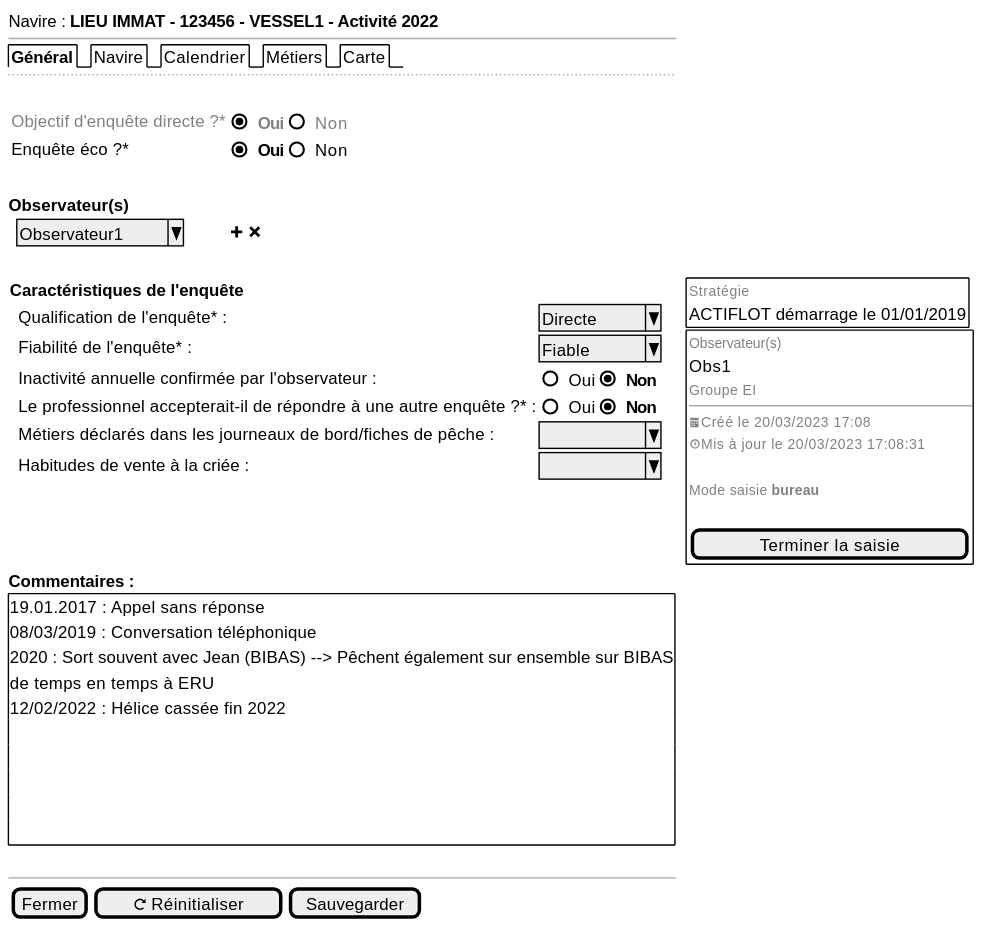
Before: projects/activity-calendar/spe/images/activity-calendar-new-general.svg, a diagram exported from PlantUML (sumaris-net/sumaris-doc).
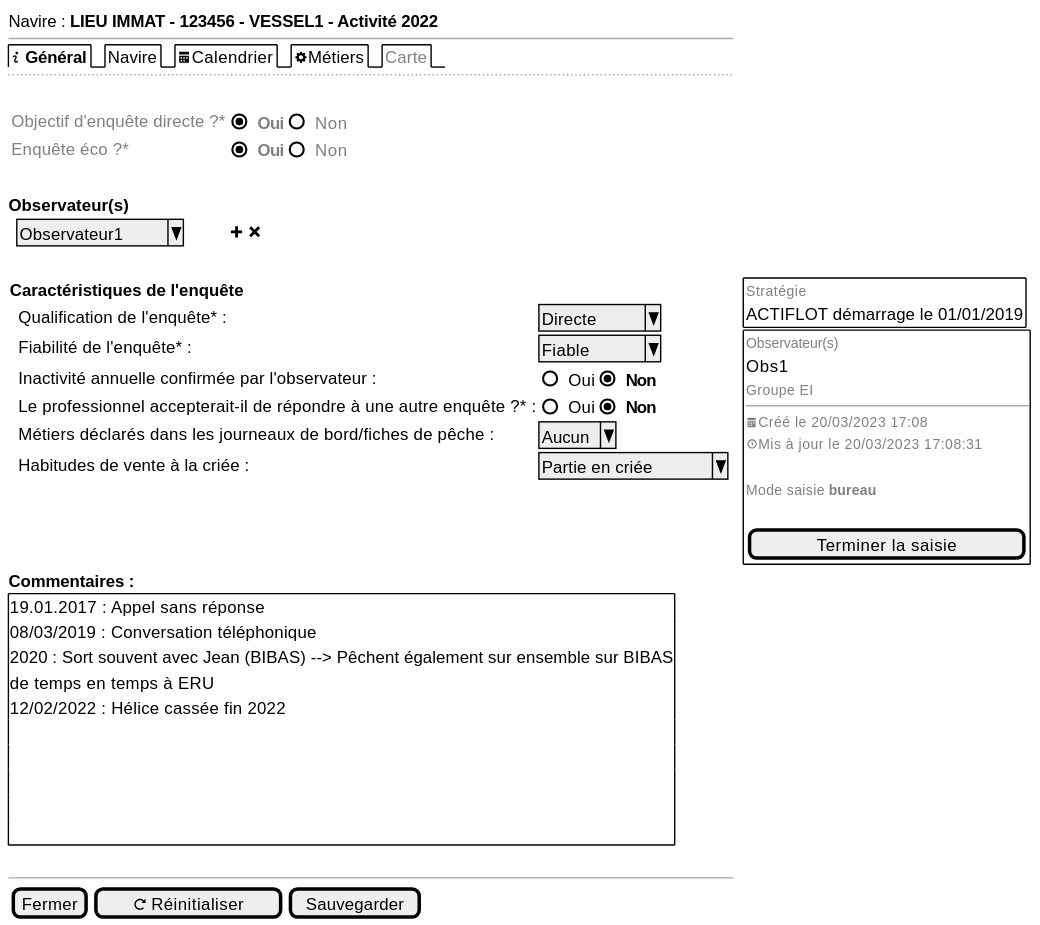
After the change.

Diff of the diagram source:
```diff
@@ -2,12 +2,13 @@
 {
   Navire : <b>LIEU IMMAT - 123456 - VESSEL1 - Activité 2022
   --
-  {/ <b>Général | Navire | Calendrier | Métiers | Carte}
+{/ <b><&info>Général | Navire | <&calendar>Calendrier | <&cog>Métiers | <font color=grey>Carte}
+
   ..
   .
   {{
 <font color=grey>Objectif d'enquête directe ?* | { (X) <font color=grey><b>Oui | () <font color=grey>Non }
-    Enquête éco ?* | { (X) <b>Oui | () Non }} |
+<font color=grey>Enquête éco ?* | { (X) <font color=grey><b>Oui | () <font color=grey>Non }} |
   }
 .
     <b>Observateur(s)
@@ -22,8 +23,8 @@
      . | Fiabilité de l'enquête* : | ^Fiable   ^
      . | Inactivité annuelle confirmée par l'observateur : | { () Oui | (X) <b>Non }
      . | Le professionnel accepterait-il de répondre à une autre enquête ?* : | { () Oui | (X) <b>Non }
-     . | Métiers déclarés dans les journeaux de bord/fiches de pêche : | ^         ^
-     . | Habitudes de vente à la criée : | ^         ^
+     . | Métiers déclarés dans les journeaux de bord/fiches de pêche : | ^Aucun^
+     . | Habitudes de vente à la criée : | ^Partie en criée^
      }
   } . {{+
                            {
```
